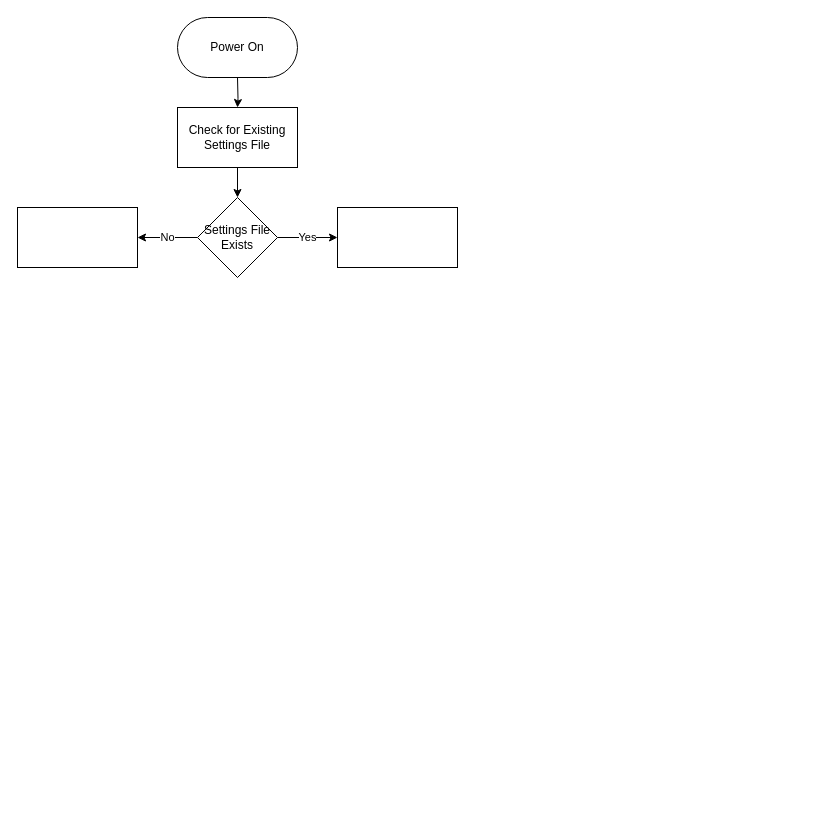
Before: Cycle Cam App Control Flow.drawio in Back-Pack-Jack/rpi-urban-mobility-tracker, a draw.io diagram. Source tidied: cells renumbered, new cells numbered last; positions are measured from the earlier drawing's top-left corner, leaving out a move shared by most shapes. Both pictures are drawn from the tidied source at 100%, with x=0, y=0 at pixel (17, 17).
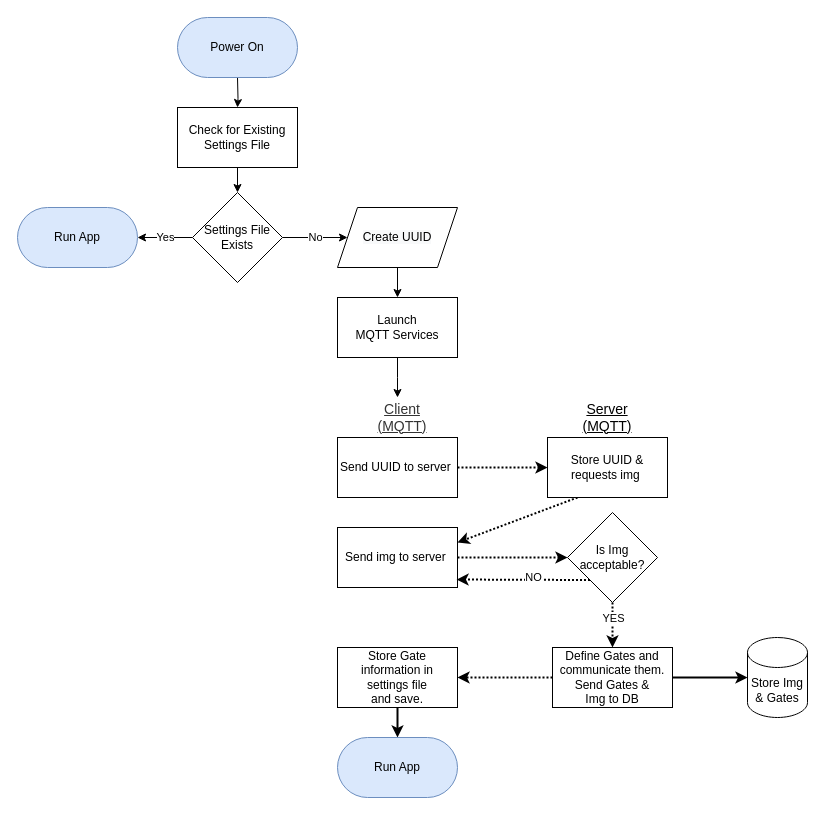
The same diagram, later.

The edit, as a diff of the source:
```diff
@@
-    <mxCell id="5" value="Power On" style="rounded=1;whiteSpace=wrap;html=1;arcSize=50;" parent="1" vertex="1">
+    <mxCell id="5" value="Power On" style="rounded=1;whiteSpace=wrap;html=1;arcSize=50;fillColor=#dae8fc;strokeColor=#6c8ebf;" parent="1" vertex="1">
       <mxGeometry x="160" width="120" height="60" as="geometry" />
     </mxCell>
-    <mxCell id="6" value="Yes" style="edgeStyle=orthogonalEdgeStyle;rounded=0;jettySize=auto;html=1;" parent="1" edge="1" source="8" target="9">
+    <mxCell id="6" value="No" style="edgeStyle=orthogonalEdgeStyle;rounded=0;jettySize=auto;html=1;entryX=0;entryY=0.5;entryDx=0;entryDy=0;" parent="1" edge="1" source="8" target="12">
       <mxGeometry relative="1" as="geometry" />
     </mxCell>
-    <mxCell id="7" value="No" style="edgeStyle=orthogonalEdgeStyle;rounded=0;jettySize=auto;html=1;" parent="1" edge="1" source="8" target="10">
-      <mxGeometry relative="1" as="geometry" />
+    <mxCell id="7" value="Yes" style="edgeStyle=orthogonalEdgeStyle;rounded=0;jettySize=auto;html=1;" parent="1" edge="1" source="8">
+      <mxGeometry relative="1" as="geometry">
+        <mxPoint x="120" y="220" as="targetPoint" />
+      </mxGeometry>
     </mxCell>
     <mxCell id="8" value="Settings File Exists" style="rhombus;whiteSpace=wrap;html=1;rounded=0;" parent="1" vertex="1">
-      <mxGeometry x="180" y="180" width="80" height="80" as="geometry" />
+      <mxGeometry x="175" y="175" width="90" height="90" as="geometry" />
     </mxCell>
-    <mxCell id="9" style="whiteSpace=wrap;html=1;rounded=0;" parent="1" vertex="1">
-      <mxGeometry x="320" y="190" width="120" height="60" as="geometry" />
-    </mxCell>
-    <mxCell id="10" style="whiteSpace=wrap;html=1;rounded=0;" parent="1" vertex="1">
-      <mxGeometry y="190" width="120" height="60" as="geometry" />
-    </mxCell>
+    <mxCell id="11" style="edgeStyle=orthogonalEdgeStyle;rounded=0;jettySize=auto;html=1;" parent="1" edge="1" source="12" target="16">
+      <mxGeometry relative="1" as="geometry" />
+    </mxCell>
+    <mxCell id="12" value="&lt;span style=&quot;color: rgb(0, 0, 0); font-family: helvetica; font-size: 12px; font-style: normal; font-weight: 400; letter-spacing: normal; text-align: center; text-indent: 0px; text-transform: none; word-spacing: 0px; background-color: rgb(248, 249, 250); display: inline; float: none;&quot;&gt;Create UUID&lt;/span&gt;" style="shape=parallelogram;perimeter=parallelogramPerimeter;whiteSpace=wrap;html=1;fixedSize=1;" parent="1" vertex="1">
+      <mxGeometry x="320" y="190" width="120" height="60" as="geometry" />
+    </mxCell>
+    <mxCell id="13" style="edgeStyle=orthogonalEdgeStyle;rounded=0;jettySize=auto;html=1;exitX=1;exitY=0.5;exitDx=0;exitDy=0;entryX=0;entryY=0.5;entryDx=0;entryDy=0;dashed=1;dashPattern=1 1;strokeWidth=2;" parent="1" edge="1" source="14" target="21">
+      <mxGeometry relative="1" as="geometry" />
+    </mxCell>
+    <mxCell id="14" value="Send UUID to server&amp;nbsp;" style="whiteSpace=wrap;html=1;" parent="1" vertex="1">
+      <mxGeometry x="320" y="420" width="120" height="60" as="geometry" />
+    </mxCell>
+    <mxCell id="15" style="edgeStyle=orthogonalEdgeStyle;rounded=0;jettySize=auto;html=1;" parent="1" edge="1" source="16">
+      <mxGeometry relative="1" as="geometry">
+        <mxPoint x="380" y="380" as="targetPoint" />
+      </mxGeometry>
+    </mxCell>
+    <mxCell id="16" value="Launch&lt;br&gt;MQTT Services" style="whiteSpace=wrap;html=1;" parent="1" vertex="1">
+      <mxGeometry x="320" y="280" width="120" height="60" as="geometry" />
+    </mxCell>
+    <mxCell id="17" value="Run App" style="rounded=1;whiteSpace=wrap;html=1;arcSize=50;fillColor=#dae8fc;strokeColor=#6c8ebf;" parent="1" vertex="1">
+      <mxGeometry y="190" width="120" height="60" as="geometry" />
+    </mxCell>
+    <mxCell id="18" style="edgeStyle=none;rounded=0;jettySize=auto;html=1;exitX=1;exitY=0.5;exitDx=0;exitDy=0;dashed=1;dashPattern=1 1;strokeWidth=2;" parent="1" edge="1" source="19" target="34">
+      <mxGeometry relative="1" as="geometry" />
+    </mxCell>
+    <mxCell id="19" value="Send img to server&amp;nbsp;" style="whiteSpace=wrap;html=1;" parent="1" vertex="1">
+      <mxGeometry x="320" y="510" width="120" height="60" as="geometry" />
+    </mxCell>
+    <mxCell id="20" style="rounded=0;jettySize=auto;html=1;exitX=0.25;exitY=1;exitDx=0;exitDy=0;dashed=1;dashPattern=1 1;strokeWidth=2;entryX=1;entryY=0.25;entryDx=0;entryDy=0;" parent="1" edge="1" source="21" target="19">
+      <mxGeometry relative="1" as="geometry" />
+    </mxCell>
+    <mxCell id="21" value="Store UUID &amp;amp; requests img&amp;nbsp;" style="rounded=0;whiteSpace=wrap;html=1;" parent="1" vertex="1">
+      <mxGeometry x="530" y="420" width="120" height="60" as="geometry" />
+    </mxCell>
+    <mxCell id="22" value="&lt;font style=&quot;font-size: 14px&quot;&gt;&lt;u&gt;Client (MQTT)&lt;/u&gt;&lt;/font&gt;" style="text;html=1;align=center;verticalAlign=middle;whiteSpace=wrap;rounded=0;shadow=0;fontColor=#333333;fillColor=#ffffff;" parent="1" vertex="1">
+      <mxGeometry x="360" y="390" width="50" height="20" as="geometry" />
+    </mxCell>
+    <mxCell id="23" value="&lt;font style=&quot;font-size: 14px&quot;&gt;&lt;u&gt;Server (MQTT)&lt;/u&gt;&lt;/font&gt;" style="text;html=1;strokeColor=none;fillColor=none;align=center;verticalAlign=middle;whiteSpace=wrap;rounded=0;" parent="1" vertex="1">
+      <mxGeometry x="570" y="390" width="40" height="20" as="geometry" />
+    </mxCell>
+    <mxCell id="24" style="edgeStyle=none;rounded=0;jettySize=auto;html=1;strokeWidth=2;" parent="1" edge="1" source="26" target="27">
+      <mxGeometry relative="1" as="geometry" />
+    </mxCell>
+    <mxCell id="25" style="edgeStyle=none;rounded=0;jettySize=auto;html=1;exitX=0;exitY=0.5;exitDx=0;exitDy=0;dashed=1;dashPattern=1 1;strokeWidth=2;" parent="1" edge="1" source="26" target="29">
+      <mxGeometry relative="1" as="geometry" />
+    </mxCell>
+    <mxCell id="26" value="Define Gates and communicate them. Send Gates &amp;amp; &lt;br&gt;Img to DB" style="rounded=0;whiteSpace=wrap;html=1;shadow=0;strokeColor=#000000;fillColor=#ffffff;" parent="1" vertex="1">
+      <mxGeometry x="535" y="630" width="120" height="60" as="geometry" />
+    </mxCell>
+    <mxCell id="27" value="Store Img &amp;amp; Gates" style="shape=cylinder3;whiteSpace=wrap;html=1;boundedLbl=1;backgroundOutline=1;size=15;rounded=0;shadow=0;strokeColor=#000000;fillColor=#ffffff;" parent="1" vertex="1">
+      <mxGeometry x="730" y="620" width="60" height="80" as="geometry" />
+    </mxCell>
+    <mxCell id="28" style="edgeStyle=none;rounded=0;jettySize=auto;html=1;exitX=0.5;exitY=1;exitDx=0;exitDy=0;strokeWidth=2;" parent="1" edge="1" source="29" target="35">
+      <mxGeometry relative="1" as="geometry" />
+    </mxCell>
+    <mxCell id="29" value="Store Gate information in &lt;br&gt;settings file &lt;br&gt;and save." style="whiteSpace=wrap;html=1;" parent="1" vertex="1">
+      <mxGeometry x="320" y="630" width="120" height="60" as="geometry" />
+    </mxCell>
+    <mxCell id="30" style="edgeStyle=none;rounded=0;jettySize=auto;html=1;exitX=0.5;exitY=1;exitDx=0;exitDy=0;entryX=0.5;entryY=0;entryDx=0;entryDy=0;dashed=1;dashPattern=1 1;strokeWidth=2;" parent="1" edge="1" source="34" target="26">
+      <mxGeometry relative="1" as="geometry" />
+    </mxCell>
+    <mxCell id="31" value="YES" style="edgeLabel;html=1;align=center;verticalAlign=middle;" parent="30" vertex="1">
+      <mxGeometry x="-0.56" y="-4" relative="1" as="geometry">
+        <mxPoint x="4" y="5" as="offset" />
+      </mxGeometry>
+    </mxCell>
+    <mxCell id="32" style="edgeStyle=none;rounded=0;jettySize=auto;html=1;exitX=0;exitY=1;exitDx=0;exitDy=0;entryX=0.992;entryY=0.867;entryDx=0;entryDy=0;entryPerimeter=0;dashed=1;dashPattern=1 1;strokeWidth=2;" parent="1" edge="1" source="34" target="19">
+      <mxGeometry relative="1" as="geometry" />
+    </mxCell>
+    <mxCell id="33" value="NO" style="edgeLabel;html=1;align=center;verticalAlign=middle;" parent="32" vertex="1">
+      <mxGeometry x="-0.14" y="-4" relative="1" as="geometry">
+        <mxPoint y="1.7" as="offset" />
+      </mxGeometry>
+    </mxCell>
+    <mxCell id="34" value="Is Img acceptable?" style="rhombus;whiteSpace=wrap;html=1;rounded=0;shadow=0;strokeColor=#000000;fillColor=#ffffff;" parent="1" vertex="1">
+      <mxGeometry x="550" y="495" width="90" height="90" as="geometry" />
+    </mxCell>
+    <mxCell id="35" value="Run App" style="rounded=1;whiteSpace=wrap;html=1;arcSize=50;fillColor=#dae8fc;strokeColor=#6c8ebf;" parent="1" vertex="1">
+      <mxGeometry x="320" y="720" width="120" height="60" as="geometry" />
+    </mxCell>
```
